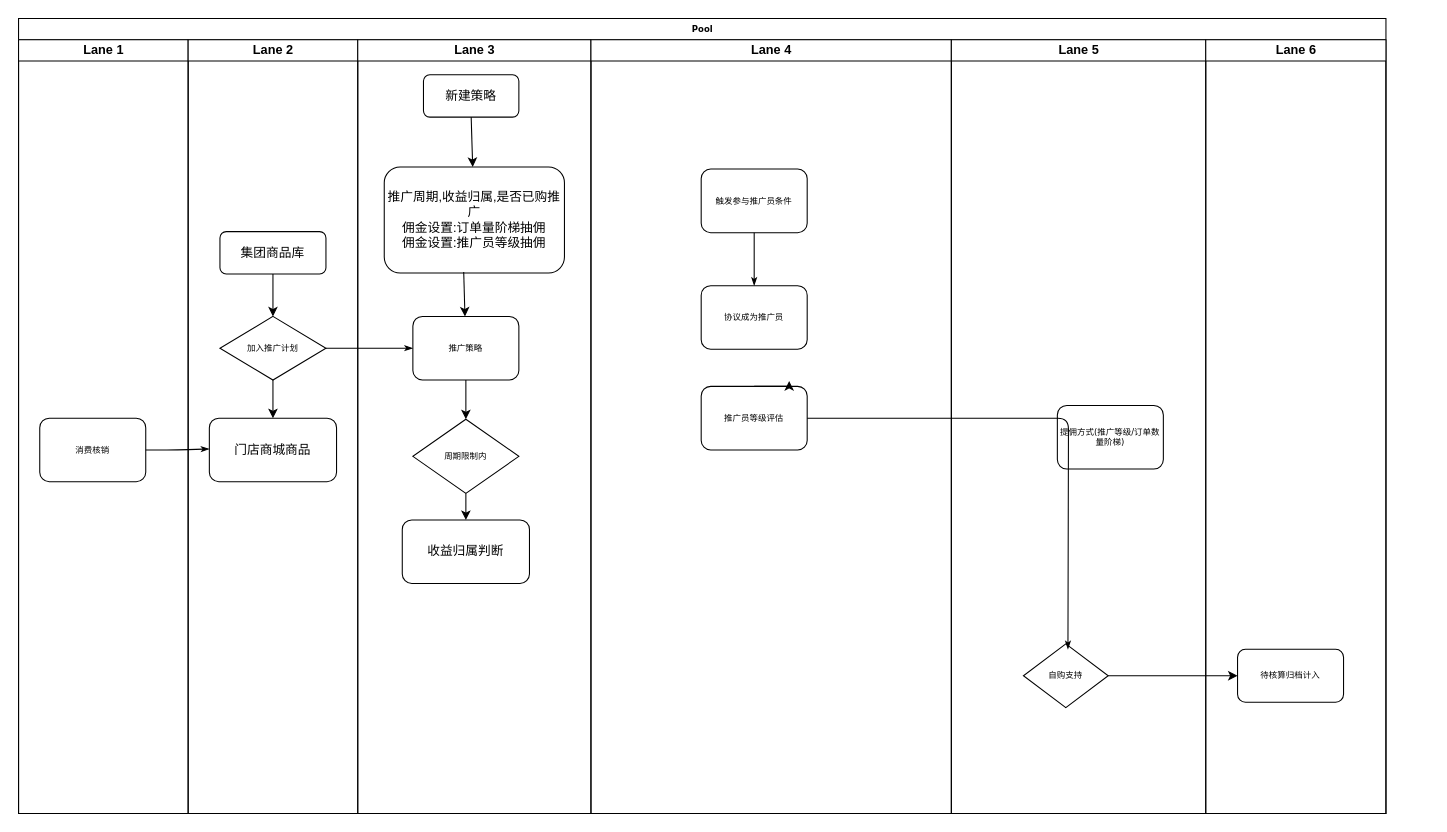
This is 未命名绘图.drawio from linxinqiang90/drawio, a draw.io file, before an edit. Source tidied: cells renumbered, new cells numbered last; positions are measured from the earlier drawing's top-left corner, leaving out a move shared by most shapes. Both pictures are drawn from the tidied source at 106%, with x=0, y=0 at pixel (18, 18).
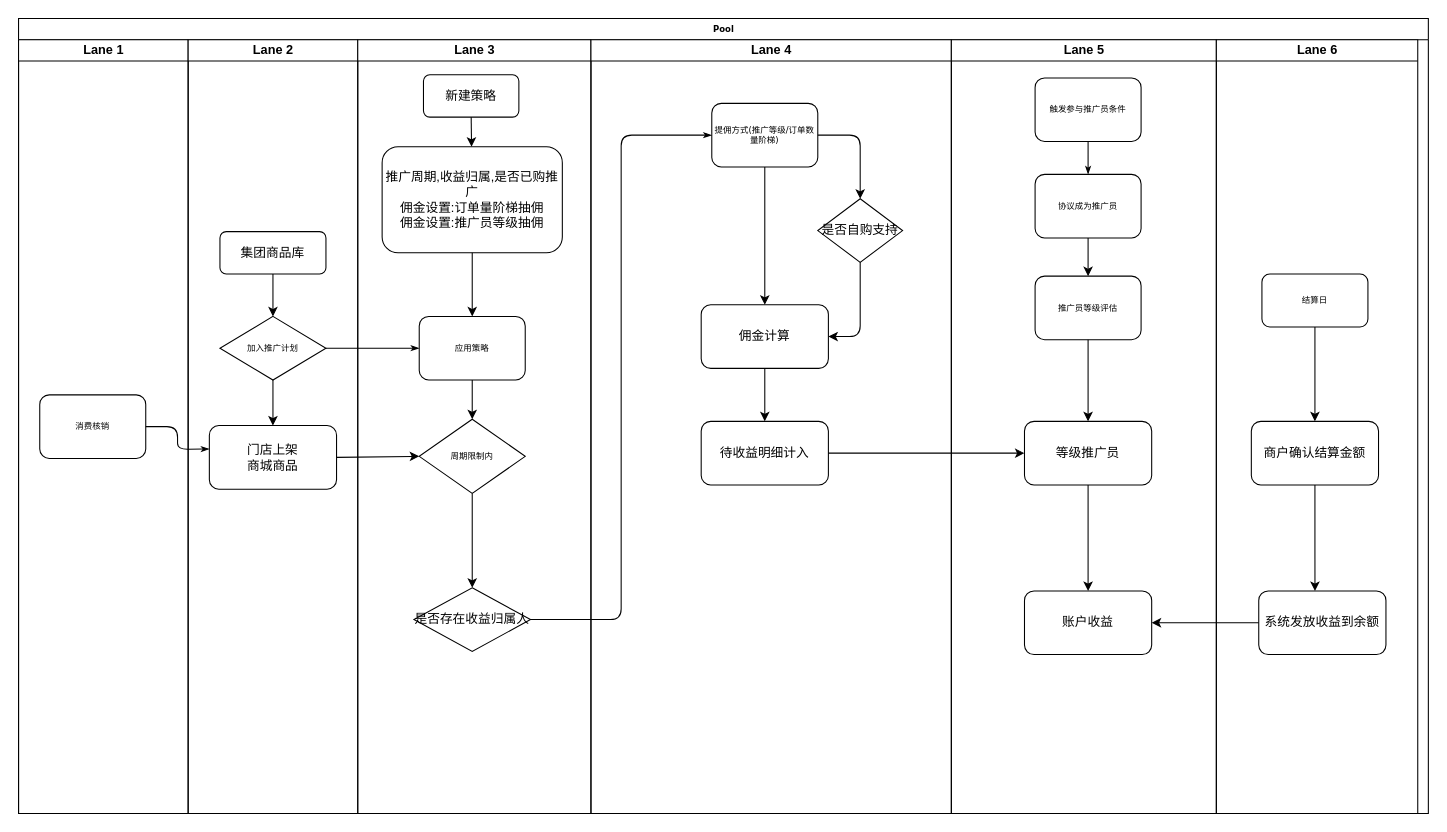
After the change.

Commit message:
更新未命名绘图.drawio

Unchanged cells that the change refers to:
```xml
<mxCell id="3" value="Lane 1" style="swimlane;html=1;startSize=20;" parent="2" vertex="1">
  <mxGeometry y="20" width="160" height="730" as="geometry" />
</mxCell>
<mxCell id="7" value="Lane 2" style="swimlane;html=1;startSize=20;" parent="2" vertex="1">
  <mxGeometry x="160" y="20" width="160" height="730" as="geometry" />
</mxCell>
<mxCell id="12" value="Lane 3" style="swimlane;html=1;startSize=20;" parent="2" vertex="1">
  <mxGeometry x="320" y="20" width="220" height="730" as="geometry" />
</mxCell>
<mxCell id="22" value="Lane 4" style="swimlane;html=1;startSize=20;" parent="2" vertex="1">
  <mxGeometry x="540" y="20" width="340" height="730" as="geometry" />
</mxCell>
```

Diff of the diagram source:
```diff
@@
     <mxCell id="2" value="Pool" style="swimlane;html=1;startSize=20;rounded=0;shadow=0;labelBackgroundColor=none;strokeWidth=1;fontFamily=Verdana;fontSize=8;align=center;" parent="1" vertex="1">
-      <mxGeometry width="1290" height="750" as="geometry" />
+      <mxGeometry width="1330" height="750" as="geometry" />
     </mxCell>
@@
     <mxCell id="4" value="消费核销" style="rounded=1;whiteSpace=wrap;html=1;shadow=0;labelBackgroundColor=none;strokeWidth=1;fontFamily=Verdana;fontSize=8;align=center;" parent="3" vertex="1">
-      <mxGeometry x="20" y="357" width="100" height="60" as="geometry" />
+      <mxGeometry x="20" y="335" width="100" height="60" as="geometry" />
     </mxCell>
@@
-    <mxCell id="10" value="门店商城商品" style="rounded=1;whiteSpace=wrap;html=1;" parent="7" vertex="1">
-      <mxGeometry x="20" y="357" width="120" height="60" as="geometry" />
+    <mxCell id="10" value="门店上架&lt;br&gt;商城商品" style="rounded=1;whiteSpace=wrap;html=1;" parent="7" vertex="1">
+      <mxGeometry x="20" y="364" width="120" height="60" as="geometry" />
     </mxCell>
@@
-    <mxCell id="13" value="推广策略" style="rounded=1;whiteSpace=wrap;html=1;shadow=0;labelBackgroundColor=none;strokeWidth=1;fontFamily=Verdana;fontSize=8;align=center;" parent="12" vertex="1">
-      <mxGeometry x="52" y="261" width="100" height="60" as="geometry" />
+    <mxCell id="13" value="应用策略" style="rounded=1;whiteSpace=wrap;html=1;shadow=0;labelBackgroundColor=none;strokeWidth=1;fontFamily=Verdana;fontSize=8;align=center;" parent="12" vertex="1">
+      <mxGeometry x="58" y="261" width="100" height="60" as="geometry" />
     </mxCell>
     <mxCell id="14" value="周期限制内" style="rhombus;whiteSpace=wrap;html=1;rounded=0;shadow=0;labelBackgroundColor=none;strokeWidth=1;fontFamily=Verdana;fontSize=8;align=center;" parent="12" vertex="1">
-      <mxGeometry x="52" y="358" width="100" height="70" as="geometry" />
+      <mxGeometry x="58" y="358" width="100" height="70" as="geometry" />
     </mxCell>
@@
-    <mxCell id="16" value="收益归属判断" style="rounded=1;whiteSpace=wrap;html=1;" parent="12" vertex="1">
-      <mxGeometry x="42" y="453" width="120" height="60" as="geometry" />
-    </mxCell>
-    <mxCell id="17" style="endArrow=classic;html=1;rounded=0;exitX=0.5;exitY=1;exitDx=0;exitDy=0;" parent="12" edge="1" source="14" target="16">
+    <mxCell id="17" style="endArrow=classic;html=1;rounded=0;exitX=0.5;exitY=1;exitDx=0;exitDy=0;entryX=0.5;entryY=0;entryDx=0;entryDy=0;" parent="12" edge="1" source="14" target="36">
       <mxGeometry relative="1" as="geometry" />
     </mxCell>
@@
     <mxCell id="19" value="推广周期,收益归属,是否已购推广&lt;br&gt;佣金设置:订单量阶梯抽佣&lt;br&gt;佣金设置:推广员等级抽佣" style="rounded=1;whiteSpace=wrap;html=1;" parent="12" vertex="1">
-      <mxGeometry x="25" y="120" width="170" height="100" as="geometry" />
+      <mxGeometry x="23" y="101" width="170" height="100" as="geometry" />
     </mxCell>
@@
-    <mxCell id="21" style="endArrow=classic;html=1;rounded=0;exitX=0.441;exitY=0.99;exitDx=0;exitDy=0;exitPerimeter=0;" parent="12" edge="1" source="19" target="13">
+    <mxCell id="21" style="endArrow=classic;html=1;rounded=0;exitX=0.5;exitY=1;exitDx=0;exitDy=0;" parent="12" edge="1" source="19" target="13">
       <mxGeometry relative="1" as="geometry" />
     </mxCell>
+    <mxCell id="36" value="是否存在收益归属人" style="rhombus;whiteSpace=wrap;html=1;" parent="12" vertex="1">
+      <mxGeometry x="53" y="517" width="110" height="60" as="geometry" />
+    </mxCell>
@@
     <mxCell id="23" value="触发参与推广员条件" style="rounded=1;whiteSpace=wrap;html=1;shadow=0;labelBackgroundColor=none;strokeWidth=1;fontFamily=Verdana;fontSize=8;align=center;" parent="22" vertex="1">
-      <mxGeometry x="104" y="122" width="100" height="60" as="geometry" />
+      <mxGeometry x="419" y="36" width="100" height="60" as="geometry" />
     </mxCell>
@@
     <mxCell id="25" value="协议成为推广员" style="rounded=1;whiteSpace=wrap;html=1;shadow=0;labelBackgroundColor=none;strokeWidth=1;fontFamily=Verdana;fontSize=8;align=center;" parent="22" vertex="1">
-      <mxGeometry x="104" y="232" width="100" height="60" as="geometry" />
+      <mxGeometry x="419" y="127" width="100" height="60" as="geometry" />
     </mxCell>
     <mxCell id="26" value="推广员等级评估" style="rounded=1;whiteSpace=wrap;html=1;shadow=0;labelBackgroundColor=none;strokeWidth=1;fontFamily=Verdana;fontSize=8;align=center;" parent="22" vertex="1">
-      <mxGeometry x="104" y="327" width="100" height="60" as="geometry" />
+      <mxGeometry x="419" y="223" width="100" height="60" as="geometry" />
     </mxCell>
-    <mxCell id="27" style="edgeStyle=orthogonalEdgeStyle;rounded=0;orthogonalLoop=1;jettySize=auto;html=1;exitX=0.5;exitY=0;exitDx=0;exitDy=0;entryX=0.83;entryY=-0.083;entryDx=0;entryDy=0;entryPerimeter=0;" parent="22" edge="1" source="26" target="26">
-      <mxGeometry relative="1" as="geometry" />
-    </mxCell>
+    <mxCell id="37" style="endArrow=classic;html=1;rounded=0;exitX=0.5;exitY=1;exitDx=0;exitDy=0;" parent="22" edge="1" source="25" target="26">
+      <mxGeometry relative="1" as="geometry" />
+    </mxCell>
+    <mxCell id="38" value="等级推广员" style="rounded=1;whiteSpace=wrap;html=1;" parent="22" vertex="1">
+      <mxGeometry x="409" y="360" width="120" height="60" as="geometry" />
+    </mxCell>
+    <mxCell id="39" style="endArrow=classic;html=1;rounded=0;entryX=0.5;entryY=0;entryDx=0;entryDy=0;" parent="22" edge="1" source="26" target="38">
+      <mxGeometry relative="1" as="geometry" />
+    </mxCell>
+    <mxCell id="30" value="提佣方式(推广等级/订单数量阶梯)" style="rounded=1;whiteSpace=wrap;html=1;shadow=0;labelBackgroundColor=none;strokeWidth=1;fontFamily=Verdana;fontSize=8;align=center;" parent="22" vertex="1">
+      <mxGeometry x="114" y="60" width="100" height="60" as="geometry" />
+    </mxCell>
+    <mxCell id="40" value="佣金计算" style="rounded=1;whiteSpace=wrap;html=1;" parent="22" vertex="1">
+      <mxGeometry x="104" y="250" width="120" height="60" as="geometry" />
+    </mxCell>
+    <mxCell id="41" value="是否自购支持" style="rhombus;whiteSpace=wrap;html=1;" parent="22" vertex="1">
+      <mxGeometry x="214" y="150" width="80" height="60" as="geometry" />
+    </mxCell>
+    <mxCell id="42" style="endArrow=classic;html=1;entryX=0.5;entryY=0;entryDx=0;entryDy=0;exitX=1;exitY=0.5;exitDx=0;exitDy=0;rounded=1;" parent="22" edge="1" source="30" target="41">
+      <mxGeometry relative="1" as="geometry">
+        <Array as="points">
+          <mxPoint x="254" y="90" />
+        </Array>
+      </mxGeometry>
+    </mxCell>
+    <mxCell id="43" style="endArrow=classic;html=1;rounded=1;entryX=0.5;entryY=0;entryDx=0;entryDy=0;exitX=0.5;exitY=1;exitDx=0;exitDy=0;" parent="22" edge="1" source="30" target="40">
+      <mxGeometry relative="1" as="geometry" />
+    </mxCell>
+    <mxCell id="44" style="endArrow=classic;html=1;rounded=1;entryX=1;entryY=0.5;entryDx=0;entryDy=0;exitX=0.5;exitY=1;exitDx=0;exitDy=0;" parent="22" edge="1" source="41" target="40">
+      <mxGeometry relative="1" as="geometry">
+        <Array as="points">
+          <mxPoint x="254" y="280" />
+        </Array>
+      </mxGeometry>
+    </mxCell>
+    <mxCell id="45" value="待收益明细计入" style="rounded=1;whiteSpace=wrap;html=1;" parent="22" vertex="1">
+      <mxGeometry x="104" y="360" width="120" height="60" as="geometry" />
+    </mxCell>
+    <mxCell id="46" style="endArrow=classic;html=1;rounded=1;entryX=0;entryY=0.5;entryDx=0;entryDy=0;exitX=1;exitY=0.5;exitDx=0;exitDy=0;" parent="22" edge="1" source="45" target="38">
+      <mxGeometry relative="1" as="geometry" />
+    </mxCell>
+    <mxCell id="47" style="endArrow=classic;html=1;rounded=1;" parent="22" edge="1" source="40" target="45">
+      <mxGeometry relative="1" as="geometry" />
+    </mxCell>
     <mxCell id="28" value="Lane 5" style="swimlane;html=1;startSize=20;" parent="2" vertex="1">
-      <mxGeometry x="880" y="20" width="240" height="730" as="geometry" />
+      <mxGeometry x="880" y="20" width="250" height="730" as="geometry" />
     </mxCell>
-    <mxCell id="29" value="自购支持" style="rhombus;whiteSpace=wrap;html=1;rounded=0;shadow=0;labelBackgroundColor=none;strokeWidth=1;fontFamily=Verdana;fontSize=8;align=center;" parent="28" vertex="1">
-      <mxGeometry x="68" y="570" width="80" height="60" as="geometry" />
-    </mxCell>
-    <mxCell id="30" value="提佣方式(推广等级/订单数量阶梯)" style="rounded=1;whiteSpace=wrap;html=1;shadow=0;labelBackgroundColor=none;strokeWidth=1;fontFamily=Verdana;fontSize=8;align=center;" parent="28" vertex="1">
-      <mxGeometry x="100" y="345" width="100" height="60" as="geometry" />
-    </mxCell>
+    <mxCell id="48" value="账户收益" style="rounded=1;whiteSpace=wrap;html=1;" parent="28" vertex="1">
+      <mxGeometry x="69" y="520" width="120" height="60" as="geometry" />
+    </mxCell>
+    <mxCell id="49" style="endArrow=classic;html=1;rounded=0;exitX=1;exitY=0.5;exitDx=0;exitDy=0;entryX=0;entryY=0.5;entryDx=0;entryDy=0;" parent="2" edge="1" source="10" target="14">
+      <mxGeometry relative="1" as="geometry" />
+    </mxCell>
+    <mxCell id="50" style="edgeStyle=orthogonalEdgeStyle;rounded=1;html=1;labelBackgroundColor=none;startArrow=none;startFill=0;startSize=5;endArrow=classicThin;endFill=1;endSize=5;jettySize=auto;strokeWidth=1;fontFamily=Verdana;fontSize=8;exitX=1;exitY=0.5;exitDx=0;exitDy=0;entryX=0;entryY=0.5;entryDx=0;entryDy=0;" parent="2" edge="1" source="36" target="30">
+      <mxGeometry relative="1" as="geometry" />
+    </mxCell>
+    <mxCell id="51" style="endArrow=classic;html=1;rounded=1;entryX=0.5;entryY=0;entryDx=0;entryDy=0;exitX=0.5;exitY=1;exitDx=0;exitDy=0;" parent="2" edge="1" source="38" target="48">
+      <mxGeometry relative="1" as="geometry" />
+    </mxCell>
     <mxCell id="31" value="Lane 6" style="swimlane;html=1;startSize=20;" parent="2" vertex="1">
-      <mxGeometry x="1120" y="20" width="170" height="730" as="geometry" />
+      <mxGeometry x="1130" y="20" width="190" height="730" as="geometry" />
     </mxCell>
-    <mxCell id="32" value="待核算归档计入" style="rounded=1;whiteSpace=wrap;html=1;shadow=0;labelBackgroundColor=none;strokeWidth=1;fontFamily=Verdana;fontSize=8;align=center;" parent="31" vertex="1">
-      <mxGeometry x="30" y="575" width="100" height="50" as="geometry" />
+    <mxCell id="32" value="结算日" style="rounded=1;whiteSpace=wrap;html=1;shadow=0;labelBackgroundColor=none;strokeWidth=1;fontFamily=Verdana;fontSize=8;align=center;" parent="31" vertex="1">
+      <mxGeometry x="43" y="221" width="100" height="50" as="geometry" />
     </mxCell>
-    <mxCell id="33" style="edgeStyle=orthogonalEdgeStyle;rounded=1;html=1;labelBackgroundColor=none;startArrow=none;startFill=0;startSize=5;endArrow=classicThin;endFill=1;endSize=5;jettySize=auto;strokeWidth=1;fontFamily=Verdana;fontSize=8;exitX=1;exitY=0.5;exitDx=0;exitDy=0;" parent="2" edge="1" source="26">
-      <mxGeometry relative="1" as="geometry">
-        <mxPoint x="990" y="595" as="targetPoint" />
-      </mxGeometry>
-    </mxCell>
-    <mxCell id="34" style="endArrow=classic;html=1;rounded=0;entryX=0;entryY=0.5;entryDx=0;entryDy=0;exitX=1;exitY=0.5;exitDx=0;exitDy=0;" parent="2" edge="1" source="29" target="32">
-      <mxGeometry relative="1" as="geometry" />
-    </mxCell>
+    <mxCell id="52" value="商户确认结算金额" style="rounded=1;whiteSpace=wrap;html=1;" parent="31" vertex="1">
+      <mxGeometry x="33" y="360" width="120" height="60" as="geometry" />
+    </mxCell>
+    <mxCell id="53" style="endArrow=classic;html=1;rounded=1;entryX=0.5;entryY=0;entryDx=0;entryDy=0;exitX=0.5;exitY=1;exitDx=0;exitDy=0;" parent="31" edge="1" source="32" target="52">
+      <mxGeometry relative="1" as="geometry" />
+    </mxCell>
+    <mxCell id="54" value="系统发放收益到余额" style="rounded=1;whiteSpace=wrap;html=1;" parent="31" vertex="1">
+      <mxGeometry x="40" y="520" width="120" height="60" as="geometry" />
+    </mxCell>
+    <mxCell id="55" style="endArrow=classic;html=1;rounded=1;exitX=0.5;exitY=1;exitDx=0;exitDy=0;entryX=0.442;entryY=0;entryDx=0;entryDy=0;entryPerimeter=0;" parent="31" edge="1" source="52" target="54">
+      <mxGeometry relative="1" as="geometry">
+        <Array as="points">
+          <mxPoint x="93" y="480" />
+        </Array>
+      </mxGeometry>
+    </mxCell>
+    <mxCell id="56" style="endArrow=classic;html=1;rounded=1;entryX=1;entryY=0.5;entryDx=0;entryDy=0;exitX=0;exitY=0.5;exitDx=0;exitDy=0;" parent="2" edge="1" source="54" target="48">
+      <mxGeometry relative="1" as="geometry" />
+    </mxCell>
```
